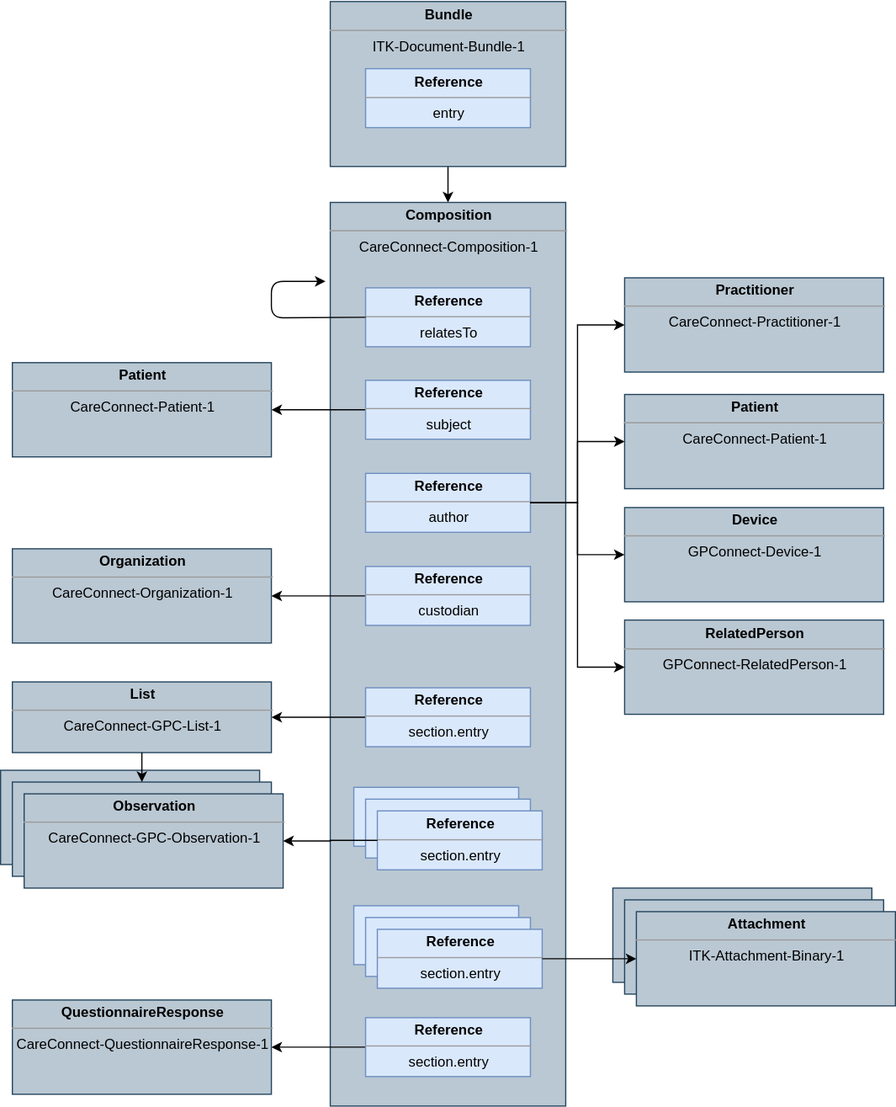
Above: images/senddocument/payload.svg in nhsconnect/gpconnect-messaging (draw.io), before the change. Source tidied: cells renumbered, new cells last; positions are measured from the earlier drawing's top-left corner, leaving out a move shared by most shapes.
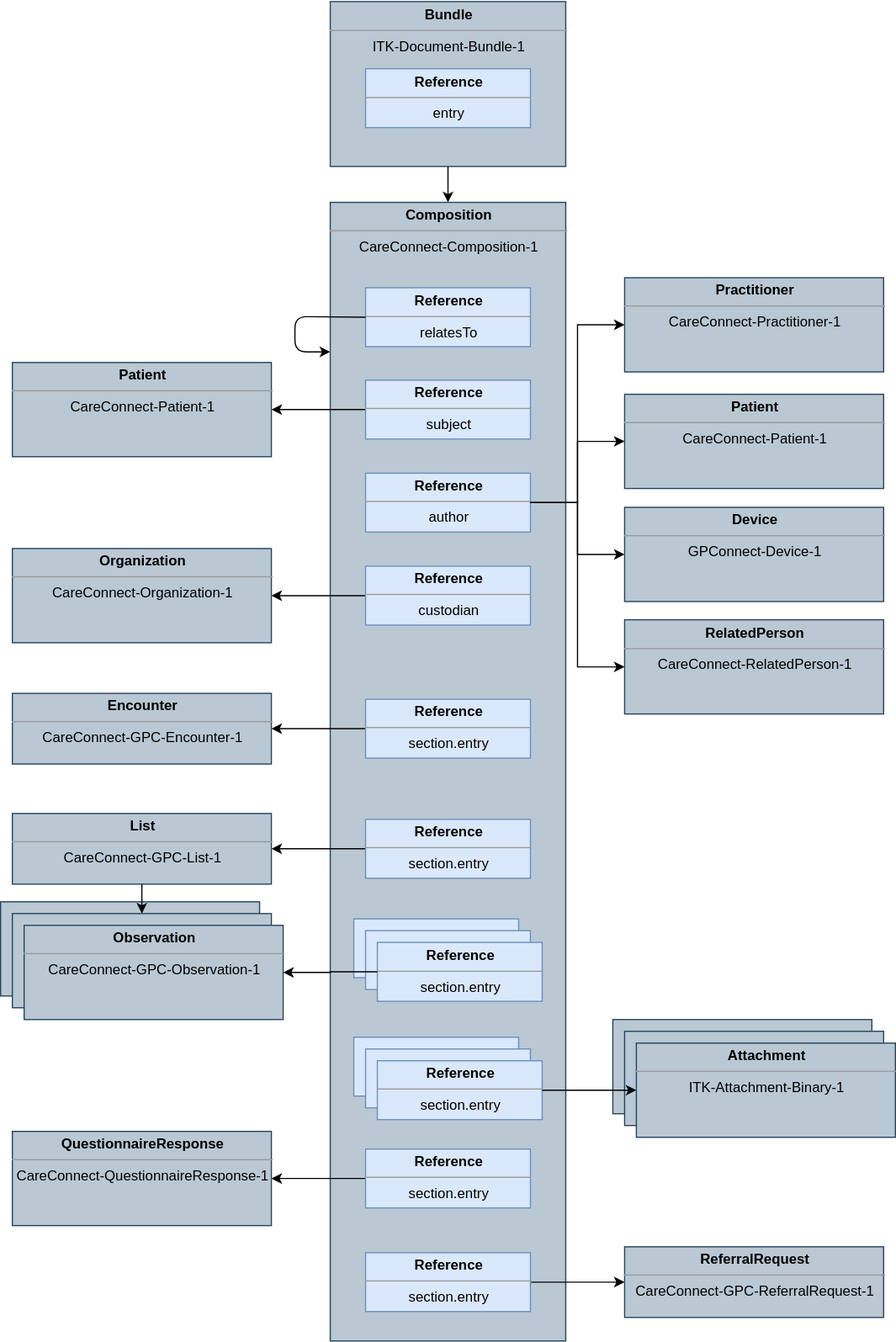
Above is the later version.

Change to the diagram source:
```diff
@@ -12,15 +12,15 @@
       <mxGeometry x="310" y="57.5" width="140" height="50" as="geometry" />
     </mxCell>
     <mxCell id="5" value="&lt;p style=&quot;margin: 0px ; margin-top: 4px ; text-align: center&quot;&gt;&lt;b&gt;Composition&lt;/b&gt;&lt;/p&gt;&lt;hr size=&quot;1&quot; style=&quot;text-align: center&quot;&gt;&lt;div style=&quot;text-align: center ; height: 2px&quot;&gt;CareConnect-&lt;span&gt;Composition-1&lt;/span&gt;&lt;/div&gt;" style="verticalAlign=top;align=left;overflow=fill;fontSize=12;fontFamily=Helvetica;html=1;fillColor=#bac8d3;strokeColor=#23445d;" parent="1" vertex="1">
-      <mxGeometry x="280" y="171" width="200" height="767" as="geometry" />
+      <mxGeometry x="280" y="171" width="200" height="967" as="geometry" />
     </mxCell>
     <mxCell id="6" value="&lt;p style=&quot;margin: 0px ; margin-top: 4px ; text-align: center&quot;&gt;&lt;b&gt;Reference&lt;/b&gt;&lt;/p&gt;&lt;hr size=&quot;1&quot;&gt;&lt;div style=&quot;text-align: center ; height: 2px&quot;&gt;relatesTo&lt;/div&gt;" style="verticalAlign=top;align=left;overflow=fill;fontSize=12;fontFamily=Helvetica;html=1;fillColor=#dae8fc;strokeColor=#6c8ebf;" parent="1" vertex="1">
       <mxGeometry x="310" y="243.5" width="140" height="50" as="geometry" />
     </mxCell>
     <mxCell id="7" style="edgeStyle=orthogonalEdgeStyle;rounded=0;orthogonalLoop=1;jettySize=auto;html=1;exitX=0.5;exitY=1;exitDx=0;exitDy=0;" parent="1" edge="1">
       <mxGeometry relative="1" as="geometry">
-        <mxPoint x="380" y="665" as="sourcePoint" />
-        <mxPoint x="380" y="665" as="targetPoint" />
+        <mxPoint x="380" y="777" as="sourcePoint" />
+        <mxPoint x="380" y="777" as="targetPoint" />
       </mxGeometry>
     </mxCell>
     <mxCell id="8" style="edgeStyle=orthogonalEdgeStyle;rounded=0;jettySize=auto;html=1;entryX=1;entryY=0.5;entryDx=0;entryDy=0;" parent="1" edge="1" source="9" target="13">
@@ -51,19 +51,19 @@
       <mxGeometry relative="1" as="geometry" />
     </mxCell>
     <mxCell id="17" value="&lt;p style=&quot;margin: 0px ; margin-top: 4px ; text-align: center&quot;&gt;&lt;b&gt;Reference&lt;/b&gt;&lt;/p&gt;&lt;hr size=&quot;1&quot;&gt;&lt;div style=&quot;text-align: center ; height: 2px&quot;&gt;section.entry&lt;/div&gt;" style="verticalAlign=top;align=left;overflow=fill;fontSize=12;fontFamily=Helvetica;html=1;fillColor=#dae8fc;strokeColor=#6c8ebf;" parent="1" vertex="1">
-      <mxGeometry x="310" y="863" width="140" height="50" as="geometry" />
+      <mxGeometry x="310" y="975" width="140" height="50" as="geometry" />
     </mxCell>
     <mxCell id="18" value="&lt;p style=&quot;margin: 0px ; margin-top: 4px ; text-align: center&quot;&gt;&lt;b&gt;QuestionnaireResponse&lt;/b&gt;&lt;/p&gt;&lt;hr size=&quot;1&quot; style=&quot;text-align: center&quot;&gt;&lt;div style=&quot;text-align: center ; height: 2px&quot;&gt;CareConnect-QuestionnaireResponse-1&lt;/div&gt;" style="verticalAlign=top;align=left;overflow=fill;fontSize=12;fontFamily=Helvetica;html=1;fillColor=#bac8d3;strokeColor=#23445d;" parent="1" vertex="1">
-      <mxGeometry x="10" y="848" width="220" height="80" as="geometry" />
+      <mxGeometry x="10" y="960" width="220" height="80" as="geometry" />
     </mxCell>
     <mxCell id="19" style="edgeStyle=orthogonalEdgeStyle;rounded=0;jettySize=auto;html=1;exitX=0;exitY=0.5;exitDx=0;exitDy=0;" parent="1" edge="1" source="20" target="21">
       <mxGeometry relative="1" as="geometry" />
     </mxCell>
     <mxCell id="20" value="&lt;p style=&quot;margin: 0px ; margin-top: 4px ; text-align: center&quot;&gt;&lt;b&gt;Reference&lt;/b&gt;&lt;/p&gt;&lt;hr size=&quot;1&quot;&gt;&lt;div style=&quot;text-align: center ; height: 2px&quot;&gt;section.entry&lt;/div&gt;" style="verticalAlign=top;align=left;overflow=fill;fontSize=12;fontFamily=Helvetica;html=1;fillColor=#dae8fc;strokeColor=#6c8ebf;" parent="1" vertex="1">
-      <mxGeometry x="310" y="583" width="140" height="50" as="geometry" />
+      <mxGeometry x="310" y="695" width="140" height="50" as="geometry" />
     </mxCell>
     <mxCell id="21" value="&lt;p style=&quot;margin: 0px ; margin-top: 4px ; text-align: center&quot;&gt;&lt;b&gt;List&lt;/b&gt;&lt;/p&gt;&lt;hr size=&quot;1&quot; style=&quot;text-align: center&quot;&gt;&lt;div style=&quot;text-align: center ; height: 2px&quot;&gt;CareConnect-GPC-List-1&lt;/div&gt;" style="verticalAlign=top;align=left;overflow=fill;fontSize=12;fontFamily=Helvetica;html=1;fillColor=#bac8d3;strokeColor=#23445d;" parent="1" vertex="1">
-      <mxGeometry x="10" y="578" width="220" height="60" as="geometry" />
+      <mxGeometry x="10" y="690" width="220" height="60" as="geometry" />
     </mxCell>
     <mxCell id="22" value="&lt;p style=&quot;margin: 0px ; margin-top: 4px ; text-align: center&quot;&gt;&lt;b&gt;Device&lt;/b&gt;&lt;/p&gt;&lt;hr size=&quot;1&quot; style=&quot;text-align: center&quot;&gt;&lt;div style=&quot;text-align: center ; height: 2px&quot;&gt;GPConnect-Device-1&lt;/div&gt;" style="verticalAlign=top;align=left;overflow=fill;fontSize=12;fontFamily=Helvetica;html=1;fillColor=#bac8d3;strokeColor=#23445d;" parent="1" vertex="1">
       <mxGeometry x="530" y="430" width="220" height="80" as="geometry" />
@@ -73,10 +73,10 @@
     </mxCell>
     <mxCell id="24" style="endArrow=classic;html=1;exitX=0;exitY=0.5;exitDx=0;exitDy=0;" parent="1" edge="1" source="6">
       <mxGeometry relative="1" as="geometry">
-        <mxPoint x="276" y="238" as="targetPoint" />
+        <mxPoint x="280" y="298" as="targetPoint" />
         <Array as="points">
-          <mxPoint x="230" y="269" />
-          <mxPoint x="230" y="238" />
+          <mxPoint x="250" y="268" />
+          <mxPoint x="250" y="298" />
         </Array>
       </mxGeometry>
     </mxCell>
@@ -89,14 +89,14 @@
     <mxCell id="27" style="edgeStyle=orthogonalEdgeStyle;rounded=0;jettySize=auto;html=1;entryX=0;entryY=0.5;entryDx=0;entryDy=0;exitX=1;exitY=0.5;exitDx=0;exitDy=0;" parent="1" edge="1" source="10" target="14">
       <mxGeometry relative="1" as="geometry" />
     </mxCell>
-    <mxCell id="28" value="&lt;p style=&quot;margin: 0px ; margin-top: 4px ; text-align: center&quot;&gt;&lt;b&gt;RelatedPerson&lt;/b&gt;&lt;/p&gt;&lt;hr size=&quot;1&quot; style=&quot;text-align: center&quot;&gt;&lt;div style=&quot;text-align: center ; height: 2px&quot;&gt;GPConnect-RelatedPerson-1&lt;/div&gt;" style="verticalAlign=top;align=left;overflow=fill;fontSize=12;fontFamily=Helvetica;html=1;fillColor=#bac8d3;strokeColor=#23445d;" parent="1" vertex="1">
+    <mxCell id="28" value="&lt;p style=&quot;margin: 0px ; margin-top: 4px ; text-align: center&quot;&gt;&lt;b&gt;RelatedPerson&lt;/b&gt;&lt;/p&gt;&lt;hr size=&quot;1&quot; style=&quot;text-align: center&quot;&gt;&lt;div style=&quot;text-align: center ; height: 2px&quot;&gt;CareConnect-RelatedPerson-1&lt;/div&gt;" style="verticalAlign=top;align=left;overflow=fill;fontSize=12;fontFamily=Helvetica;html=1;fillColor=#bac8d3;strokeColor=#23445d;" parent="1" vertex="1">
       <mxGeometry x="530" y="525.5" width="220" height="80" as="geometry" />
     </mxCell>
     <mxCell id="29" style="edgeStyle=orthogonalEdgeStyle;rounded=0;jettySize=auto;html=1;entryX=0;entryY=0.5;entryDx=0;entryDy=0;exitX=1;exitY=0.5;exitDx=0;exitDy=0;" parent="1" edge="1" source="10" target="28">
       <mxGeometry relative="1" as="geometry" />
     </mxCell>
     <mxCell id="30" style="group;" parent="1" vertex="1">
-      <mxGeometry x="300" y="768" width="160" height="70" as="geometry" />
+      <mxGeometry x="300" y="880" width="160" height="70" as="geometry" />
     </mxCell>
     <mxCell id="31" value="&lt;p style=&quot;margin: 0px ; margin-top: 4px ; text-align: center&quot;&gt;&lt;br&gt;&lt;/p&gt;" style="verticalAlign=top;align=left;overflow=fill;fontSize=12;fontFamily=Helvetica;html=1;fillColor=#dae8fc;strokeColor=#6c8ebf;" parent="30" vertex="1">
       <mxGeometry width="140" height="50" as="geometry" />
@@ -108,7 +108,7 @@
       <mxGeometry x="20" y="20" width="140" height="50" as="geometry" />
     </mxCell>
     <mxCell id="34" style="group;" parent="1" vertex="1">
-      <mxGeometry x="300" y="667.5" width="160" height="70" as="geometry" />
+      <mxGeometry x="300" y="779.5" width="160" height="70" as="geometry" />
     </mxCell>
     <mxCell id="35" value="&lt;p style=&quot;margin: 0px ; margin-top: 4px ; text-align: center&quot;&gt;&lt;br&gt;&lt;/p&gt;" style="verticalAlign=top;align=left;overflow=fill;fontSize=12;fontFamily=Helvetica;html=1;fillColor=#dae8fc;strokeColor=#6c8ebf;" parent="34" vertex="1">
       <mxGeometry width="140" height="50" as="geometry" />
@@ -120,7 +120,7 @@
       <mxGeometry x="20" y="20" width="140" height="50" as="geometry" />
     </mxCell>
     <mxCell id="38" style="group;" parent="1" vertex="1">
-      <mxGeometry y="653" width="240" height="100" as="geometry" />
+      <mxGeometry y="765" width="240" height="100" as="geometry" />
     </mxCell>
     <mxCell id="39" value="&lt;p style=&quot;margin: 0px ; margin-top: 4px ; text-align: center&quot;&gt;&lt;br&gt;&lt;/p&gt;" style="verticalAlign=top;align=left;overflow=fill;fontSize=12;fontFamily=Helvetica;html=1;fillColor=#bac8d3;strokeColor=#23445d;" parent="38" vertex="1">
       <mxGeometry width="220" height="80" as="geometry" />
@@ -132,7 +132,7 @@
       <mxGeometry x="20" y="20" width="220" height="80" as="geometry" />
     </mxCell>
     <mxCell id="42" style="group;" parent="1" vertex="1">
-      <mxGeometry x="520" y="753" width="240" height="100" as="geometry" />
+      <mxGeometry x="520" y="865" width="240" height="100" as="geometry" />
     </mxCell>
     <mxCell id="43" value="&lt;p style=&quot;margin: 0px ; margin-top: 4px ; text-align: center&quot;&gt;&lt;br&gt;&lt;/p&gt;" style="verticalAlign=top;align=left;overflow=fill;fontSize=12;fontFamily=Helvetica;html=1;fillColor=#bac8d3;strokeColor=#23445d;" parent="42" vertex="1">
       <mxGeometry width="220" height="80" as="geometry" />
@@ -152,5 +152,23 @@
     <mxCell id="48" style="edgeStyle=orthogonalEdgeStyle;rounded=0;jettySize=auto;html=1;exitX=0;exitY=0.5;exitDx=0;exitDy=0;entryX=1;entryY=0.5;entryDx=0;entryDy=0;" parent="1" edge="1" source="37" target="41">
       <mxGeometry relative="1" as="geometry" />
     </mxCell>
+    <mxCell id="49" style="edgeStyle=orthogonalEdgeStyle;rounded=0;jettySize=auto;html=1;exitX=0;exitY=0.5;exitDx=0;exitDy=0;" parent="1" edge="1" source="50" target="51">
+      <mxGeometry relative="1" as="geometry" />
+    </mxCell>
+    <mxCell id="50" value="&lt;p style=&quot;margin: 0px ; margin-top: 4px ; text-align: center&quot;&gt;&lt;b&gt;Reference&lt;/b&gt;&lt;/p&gt;&lt;hr size=&quot;1&quot;&gt;&lt;div style=&quot;text-align: center ; height: 2px&quot;&gt;section.entry&lt;/div&gt;" style="verticalAlign=top;align=left;overflow=fill;fontSize=12;fontFamily=Helvetica;html=1;fillColor=#dae8fc;strokeColor=#6c8ebf;" parent="1" vertex="1">
+      <mxGeometry x="310" y="593" width="140" height="50" as="geometry" />
+    </mxCell>
+    <mxCell id="51" value="&lt;p style=&quot;margin: 0px ; margin-top: 4px ; text-align: center&quot;&gt;&lt;b&gt;Encounter&lt;/b&gt;&lt;/p&gt;&lt;hr size=&quot;1&quot; style=&quot;text-align: center&quot;&gt;&lt;div style=&quot;text-align: center ; height: 2px&quot;&gt;CareConnect-GPC-Encounter-1&lt;/div&gt;" style="verticalAlign=top;align=left;overflow=fill;fontSize=12;fontFamily=Helvetica;html=1;fillColor=#bac8d3;strokeColor=#23445d;" parent="1" vertex="1">
+      <mxGeometry x="10" y="588" width="220" height="60" as="geometry" />
+    </mxCell>
+    <mxCell id="52" style="edgeStyle=orthogonalEdgeStyle;rounded=0;jettySize=auto;html=1;exitX=1;exitY=0.5;exitDx=0;exitDy=0;" parent="1" edge="1" source="53" target="54">
+      <mxGeometry relative="1" as="geometry" />
+    </mxCell>
+    <mxCell id="53" value="&lt;p style=&quot;margin: 0px ; margin-top: 4px ; text-align: center&quot;&gt;&lt;b&gt;Reference&lt;/b&gt;&lt;/p&gt;&lt;hr size=&quot;1&quot;&gt;&lt;div style=&quot;text-align: center ; height: 2px&quot;&gt;section.entry&lt;/div&gt;" style="verticalAlign=top;align=left;overflow=fill;fontSize=12;fontFamily=Helvetica;html=1;fillColor=#dae8fc;strokeColor=#6c8ebf;" parent="1" vertex="1">
+      <mxGeometry x="310" y="1063" width="140" height="50" as="geometry" />
+    </mxCell>
+    <mxCell id="54" value="&lt;p style=&quot;margin: 0px ; margin-top: 4px ; text-align: center&quot;&gt;&lt;b&gt;ReferralRequest&lt;/b&gt;&lt;/p&gt;&lt;hr size=&quot;1&quot; style=&quot;text-align: center&quot;&gt;&lt;div style=&quot;text-align: center ; height: 2px&quot;&gt;CareConnect-GPC-ReferralRequest-1&lt;/div&gt;" style="verticalAlign=top;align=left;overflow=fill;fontSize=12;fontFamily=Helvetica;html=1;fillColor=#bac8d3;strokeColor=#23445d;" parent="1" vertex="1">
+      <mxGeometry x="530" y="1058" width="220" height="60" as="geometry" />
+    </mxCell>
   </root>
 </mxGraphModel>
```
